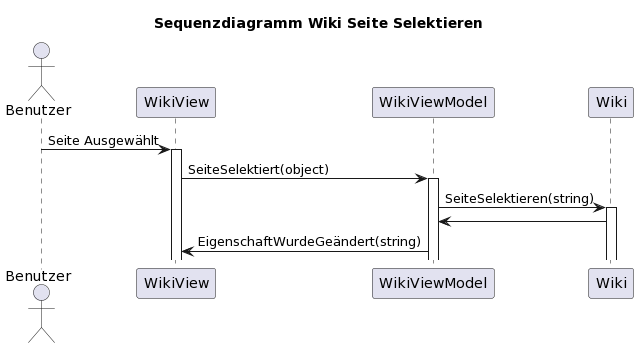
The PlantUML diagram 02_Entwurf/Sequenzdiagramme/WikiSeiteSelektieren.png in Jonas-Ha/quakrypto, before a commit. Its diagram source:
```plantuml
@startuml
title Sequenzdiagramm Wiki Seite Selektieren

actor Benutzer
participant "WikiView" as WikiView
participant "WikiViewModel" as WikiViewModel
participant "Wiki" as Wiki

Benutzer -> WikiView: Seite Ausgewählt
activate WikiView

WikiView -> WikiViewModel: SeiteSelektiert(object)
activate WikiViewModel

WikiViewModel -> Wiki: SeiteSelektieren(string)
activate Wiki

Wiki -> WikiViewModel:

WikiViewModel -> WikiView: EigenschaftWurdeGeändert(string)
@enduml
```
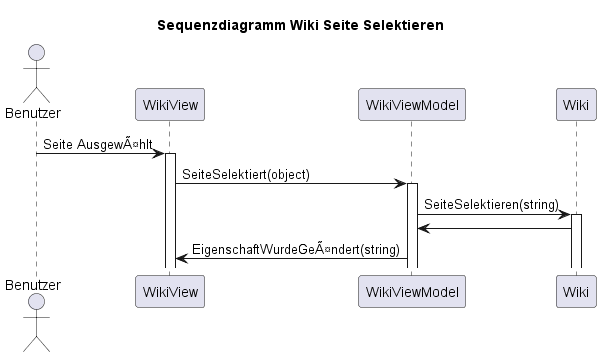
Above is the later version.

Diff of the diagram source:
```diff
@@ -1,4 +1,4 @@
-@startuml
+@startuml WikiSeiteSelektieren
 title Sequenzdiagramm Wiki Seite Selektieren
 
 actor Benutzer
@@ -6,7 +6,7 @@
 participant "WikiViewModel" as WikiViewModel
 participant "Wiki" as Wiki
 
-Benutzer -> WikiView: Seite Ausgewählt
+Benutzer -> WikiView: Seite AusgewÃ¤hlt
 activate WikiView
 
 WikiView -> WikiViewModel: SeiteSelektiert(object)
@@ -17,5 +17,6 @@
 
 Wiki -> WikiViewModel:
 
-WikiViewModel -> WikiView: EigenschaftWurdeGeändert(string)
+WikiViewModel -> WikiView: EigenschaftWurdeGeÃ¤ndert(string)
+
 @enduml
```
